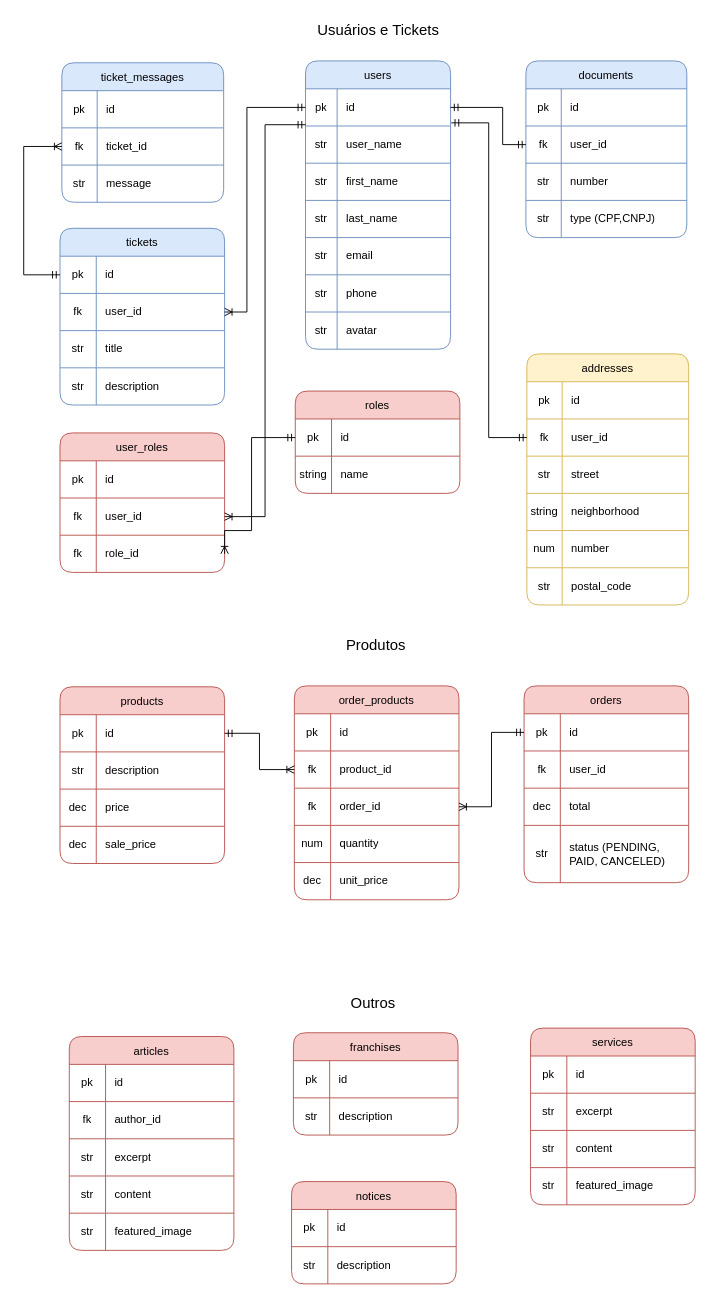
tonnysantana2004/fstop keeps this draw.io diagram as fstop-database.drawio. Above is the earlier version. Source tidied: cells renumbered, new cells numbered last; positions are measured from the earlier drawing's top-left corner, leaving out a move shared by most shapes. Both pictures are drawn from the tidied source at 93%, with x=0, y=0 at pixel (23, 16).
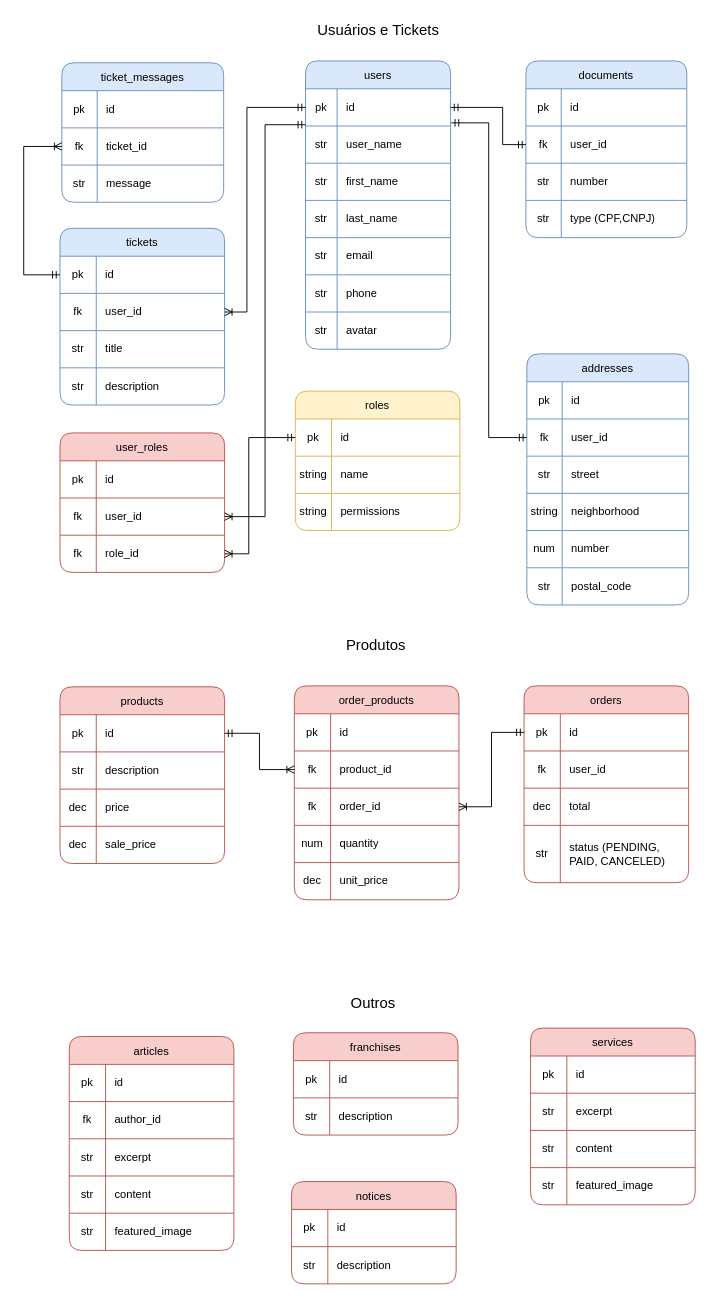
The same diagram, later.

Commit message:
chore: add user role domain

Unchanged cells that the change refers to:
```xml
<mxCell id="177" style="shape=tableRow;horizontal=0;startSize=0;swimlaneHead=0;swimlaneBody=0;strokeColor=inherit;top=0;left=0;bottom=0;right=0;fillColor=none;points=[[0,0.5],[1,0.5]];portConstraint=eastwest;" parent="170" vertex="1">
  <mxGeometry y="110" width="177" height="40" as="geometry" />
</mxCell>
<mxCell id="181" style="shape=tableRow;horizontal=0;startSize=0;swimlaneHead=0;swimlaneBody=0;strokeColor=inherit;top=0;left=0;bottom=0;right=0;fillColor=none;points=[[0,0.5],[1,0.5]];portConstraint=eastwest;" parent="180" vertex="1">
  <mxGeometry y="30" width="177" height="40" as="geometry" />
</mxCell>
```

Change to the diagram source:
```diff
@@
-    <mxCell id="37" value="addresses" style="shape=table;startSize=30;childLayout=tableLayout;rounded=1;fillColor=#fff2cc;strokeColor=#d6b656;" parent="1" vertex="1">
+    <mxCell id="37" value="addresses" style="shape=table;startSize=30;childLayout=tableLayout;rounded=1;fillColor=#dae8fc;strokeColor=#6c8ebf;" parent="1" vertex="1">
       <mxGeometry x="541" y="363" width="174" height="270" as="geometry" />
     </mxCell>
@@
-    <mxCell id="180" value="roles" style="shape=table;startSize=30;childLayout=tableLayout;rounded=1;fillColor=#f8cecc;strokeColor=#b85450;" parent="1" vertex="1">
-      <mxGeometry x="292" y="403" width="177" height="110" as="geometry" />
+    <mxCell id="180" value="roles" style="shape=table;startSize=30;childLayout=tableLayout;rounded=1;fillColor=#fff2cc;strokeColor=#d6b656;" parent="1" vertex="1">
+      <mxGeometry x="292" y="403" width="177" height="150" as="geometry" />
     </mxCell>
@@
+    <mxCell id="192" style="shape=tableRow;horizontal=0;startSize=0;swimlaneHead=0;swimlaneBody=0;strokeColor=inherit;top=0;left=0;bottom=0;right=0;fillColor=none;" parent="180" vertex="1">
+      <mxGeometry y="110" width="177" height="40" as="geometry" />
+    </mxCell>
+    <mxCell id="193" value="string" style="shape=partialRectangle;html=1;whiteSpace=wrap;strokeColor=inherit;overflow=hidden;fillColor=none;top=0;left=0;bottom=0;right=0;" parent="192" vertex="1">
+      <mxGeometry width="39" height="40" as="geometry" />
+    </mxCell>
+    <mxCell id="194" value="permissions" style="shape=partialRectangle;html=1;whiteSpace=wrap;strokeColor=inherit;overflow=hidden;fillColor=none;top=0;left=0;bottom=0;right=0;align=left;spacing=10;" parent="192" vertex="1">
+      <mxGeometry x="39" width="138" height="40" as="geometry" />
+    </mxCell>
     <mxCell id="187" style="fontSize=12;html=1;endArrow=ERoneToMany;startArrow=ERmandOne;rounded=0;exitX=0;exitY=0.5;exitDx=0;exitDy=0;entryX=1;entryY=0.5;entryDx=0;entryDy=0;edgeStyle=orthogonalEdgeStyle;" parent="1" edge="1" source="181" target="177">
       <mxGeometry relative="1" as="geometry">
         <Array as="points">
-          <mxPoint x="245" y="453" />
-          <mxPoint x="245" y="553" />
+          <mxPoint x="242" y="453" />
+          <mxPoint x="242" y="578" />
         </Array>
       </mxGeometry>
     </mxCell>
```
